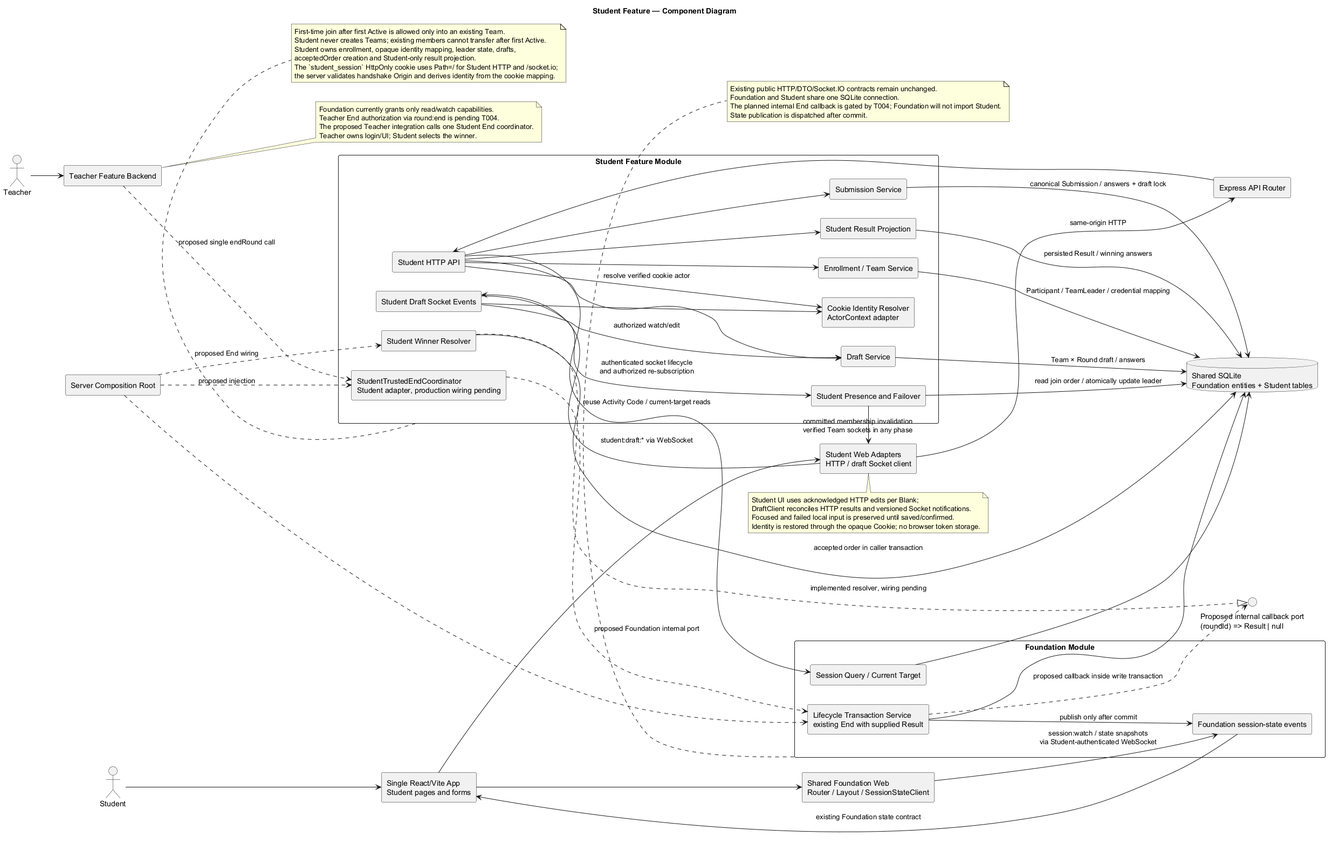
Before: diagrams/002-student-feature-component.png, a diagram exported from PlantUML (yuyu-lcoavte/quiz-system).
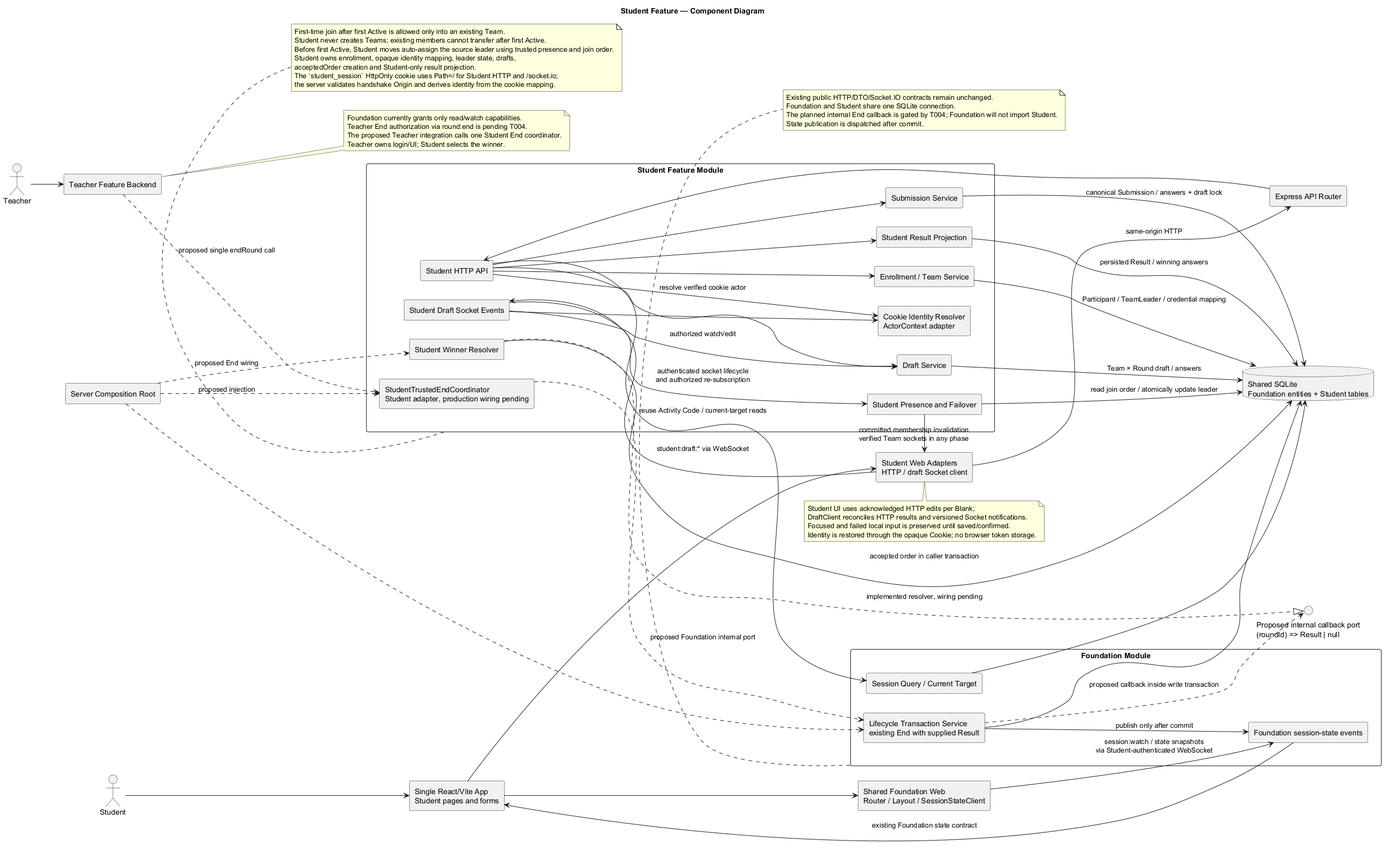
Above is the later version.

Change to the diagram source:
```diff
@@ -72,6 +72,7 @@
 note bottom of StudentModule
 First-time join after first Active is allowed only into an existing Team.
 Student never creates Teams; existing members cannot transfer after first Active.
+Before first Active, Student moves auto-assign the source leader using trusted presence and join order.
 Student owns enrollment, opaque identity mapping, leader state, drafts,
 acceptedOrder creation and Student-only result projection.
 The `student_session` HttpOnly cookie uses Path=/ for Student HTTP and /socket.io;
```
